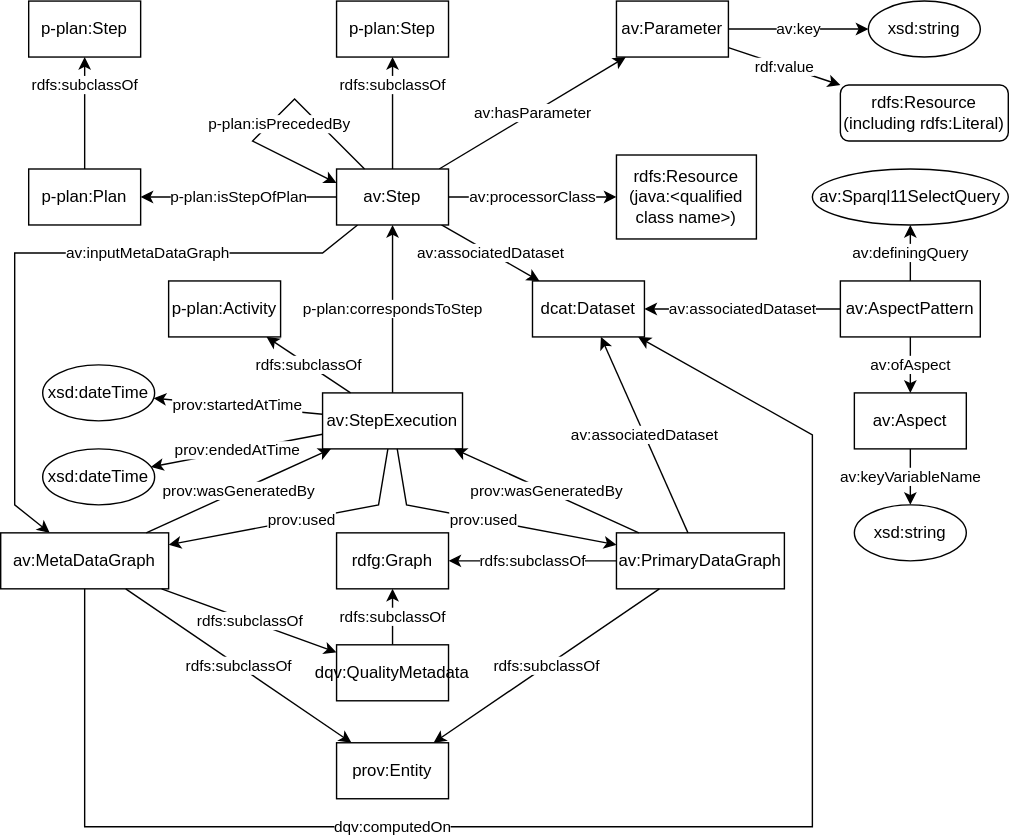
fusion-jena/abecto-vocabulary keeps this draw.io diagram as executionGraph.svg. Above is the earlier version. Source tidied: cells renumbered, new cells last; positions are measured from the earlier drawing's top-left corner, leaving out a move shared by most shapes.
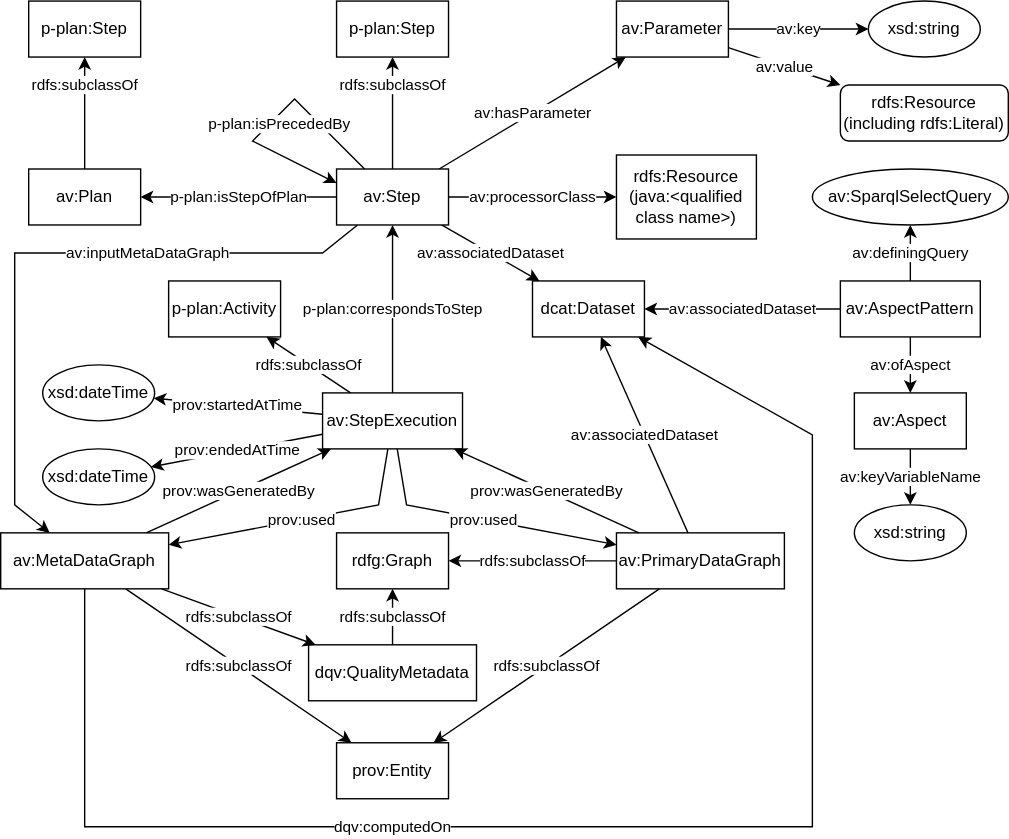
After the commit.

Commit message:
replace rdf:value with av:value, typos, docu

What changed in the source:
```diff
@@ -23,7 +23,7 @@
     <mxCell id="6" value="av:Step" style="whiteSpace=wrap;html=1;" parent="1" vertex="1">
       <mxGeometry x="240" y="120" width="80" height="40" as="geometry" />
     </mxCell>
-    <mxCell id="7" value="p-plan:Plan" style="whiteSpace=wrap;html=1;" parent="1" vertex="1">
+    <mxCell id="7" value="av:Plan" style="whiteSpace=wrap;html=1;" parent="1" vertex="1">
       <mxGeometry x="20" y="120" width="80" height="40" as="geometry" />
     </mxCell>
     <mxCell id="8" value="&lt;span style=&quot;background-color: rgb(255 , 255 , 255)&quot;&gt;&lt;font style=&quot;font-size: 12px&quot;&gt;dcat:Dataset&lt;/font&gt;&lt;/span&gt;" style="whiteSpace=wrap;html=1;" parent="1" vertex="1">
@@ -35,7 +35,7 @@
     <mxCell id="10" value="av:key" style="edgeStyle=none;rounded=0;jettySize=auto;html=1;" parent="1" edge="1" source="12" target="13">
       <mxGeometry relative="1" as="geometry" />
     </mxCell>
-    <mxCell id="11" value="rdf:value" style="edgeStyle=none;rounded=0;jettySize=auto;html=1;" parent="1" edge="1" source="12" target="35">
+    <mxCell id="11" value="av:value" style="edgeStyle=none;rounded=0;jettySize=auto;html=1;" parent="1" edge="1" source="12" target="35">
       <mxGeometry relative="1" as="geometry" />
     </mxCell>
     <mxCell id="12" value="av:Parameter" style="whiteSpace=wrap;html=1;" parent="1" vertex="1">
@@ -107,7 +107,7 @@
     <mxCell id="30" value="av:associatedDataset" style="jettySize=auto;html=1;rounded=0;" parent="1" edge="1" source="29" target="8">
       <mxGeometry relative="1" as="geometry" />
     </mxCell>
-    <mxCell id="31" value="av:Sparql11SelectQuery" style="ellipse;whiteSpace=wrap;html=1;" parent="1" vertex="1">
+    <mxCell id="31" value="av:SparqlSelectQuery" style="ellipse;whiteSpace=wrap;html=1;" parent="1" vertex="1">
       <mxGeometry x="580" y="120" width="140" height="40" as="geometry" />
     </mxCell>
     <mxCell id="32" value="xsd:string" style="ellipse;whiteSpace=wrap;html=1;" parent="1" vertex="1">
@@ -167,7 +167,7 @@
       <mxGeometry relative="1" as="geometry" />
     </mxCell>
     <mxCell id="48" value="dqv:QualityMetadata" style="whiteSpace=wrap;html=1;" parent="1" vertex="1">
-      <mxGeometry x="240" y="460" width="80" height="40" as="geometry" />
+      <mxGeometry x="220" y="460" width="120" height="40" as="geometry" />
     </mxCell>
     <mxCell id="49" value="rdfs:subclassOf" style="edgeStyle=none;rounded=0;jettySize=auto;html=1;" parent="1" edge="1" source="16" target="48">
       <mxGeometry relative="1" as="geometry" />
```
